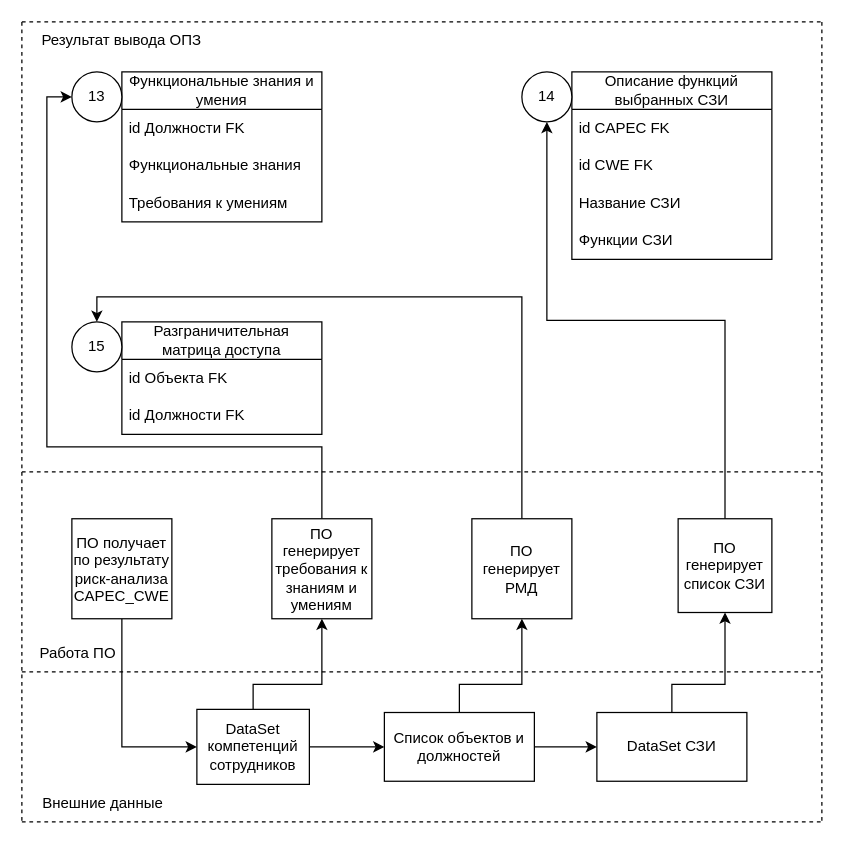
Before: New_Shema_OPZ/(Обновленная схема ОПЗ) Частные инструкции.drawio in SmirnovBogdan8/Diplom, a draw.io diagram. Source tidied: cells renumbered, new cells numbered last; positions are measured from the earlier drawing's top-left corner, leaving out a move shared by most shapes. Both pictures are drawn from the tidied source at 125%, with x=0, y=0 at pixel (21, 21).
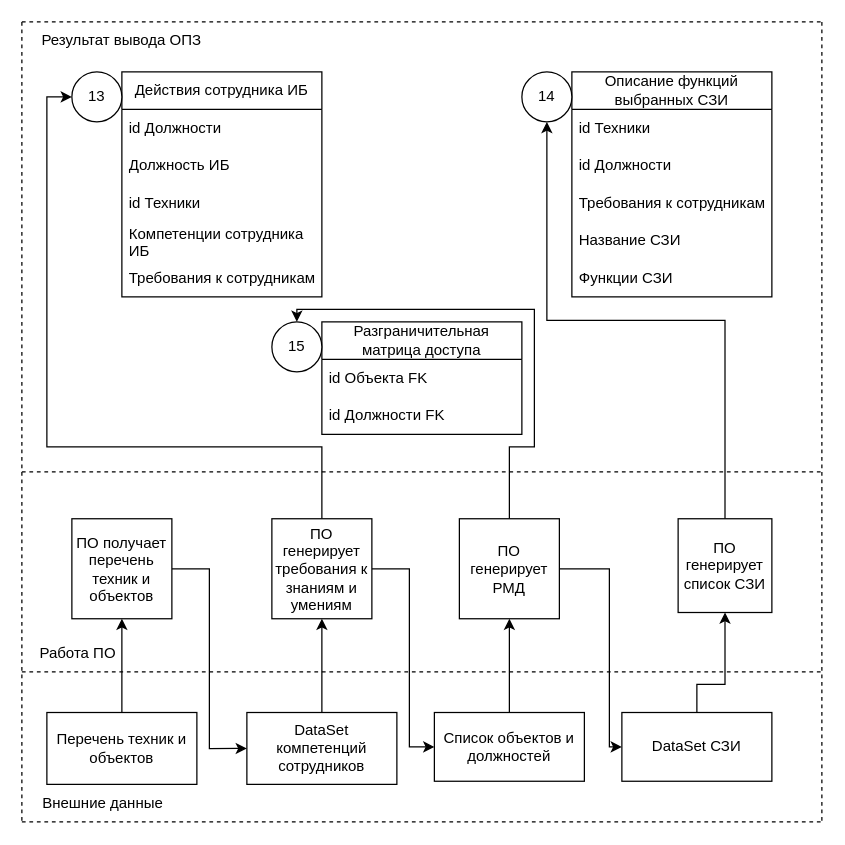
Above is the later version.

The change refers to these unchanged cells:
```xml
<mxCell id="19" value="ПО генерирует список СЗИ" style="whiteSpace=wrap;html=1;" parent="1" vertex="1">
  <mxGeometry x="525" y="397.5" width="75" height="75" as="geometry" />
</mxCell>
<mxCell id="28" value="ПО генерирует требования к знаниям и умениям" style="whiteSpace=wrap;html=1;" parent="1" vertex="1">
  <mxGeometry x="200" y="397.5" width="80" height="80" as="geometry" />
</mxCell>
```

Change to the diagram source:
```diff
@@
-    <mxCell id="6" value="Функциональные знания и умения" style="swimlane;fontStyle=0;horizontal=1;startSize=30;whiteSpace=wrap;html=1;" parent="1" vertex="1">
-      <mxGeometry x="80" y="40" width="160" height="120" as="geometry" />
+    <mxCell id="6" value="Действия сотрудника ИБ" style="swimlane;fontStyle=0;horizontal=1;startSize=30;whiteSpace=wrap;html=1;" parent="1" vertex="1">
+      <mxGeometry x="80" y="40" width="160" height="180" as="geometry" />
     </mxCell>
-    <mxCell id="7" value="id Должности FK" style="text;strokeColor=none;fillColor=none;align=left;verticalAlign=middle;spacingLeft=4;spacingRight=4;overflow=hidden;whiteSpace=wrap;html=1;" parent="6" vertex="1">
+    <mxCell id="7" value="id Должности" style="text;strokeColor=none;fillColor=none;align=left;verticalAlign=middle;spacingLeft=4;spacingRight=4;overflow=hidden;whiteSpace=wrap;html=1;" parent="6" vertex="1">
       <mxGeometry y="30" width="160" height="30" as="geometry" />
     </mxCell>
-    <mxCell id="8" value="Функциональные знания" style="text;strokeColor=none;fillColor=none;align=left;verticalAlign=middle;spacingLeft=4;spacingRight=4;overflow=hidden;whiteSpace=wrap;html=1;" parent="6" vertex="1">
+    <mxCell id="8" value="Должность ИБ" style="text;strokeColor=none;fillColor=none;align=left;verticalAlign=middle;spacingLeft=4;spacingRight=4;overflow=hidden;whiteSpace=wrap;html=1;" parent="6" vertex="1">
       <mxGeometry y="60" width="160" height="30" as="geometry" />
     </mxCell>
+    <mxCell id="42" value="id Техники" style="text;strokeColor=none;fillColor=none;align=left;verticalAlign=middle;spacingLeft=4;spacingRight=4;overflow=hidden;whiteSpace=wrap;html=1;" parent="6" vertex="1">
+      <mxGeometry y="90" width="160" height="30" as="geometry" />
+    </mxCell>
-    <mxCell id="9" value="Требования к умениям" style="text;strokeColor=none;fillColor=none;align=left;verticalAlign=middle;spacingLeft=4;spacingRight=4;overflow=hidden;whiteSpace=wrap;html=1;" parent="6" vertex="1">
-      <mxGeometry y="90" width="160" height="30" as="geometry" />
+    <mxCell id="9" value="Компетенции сотрудника ИБ" style="text;strokeColor=none;fillColor=none;align=left;verticalAlign=middle;spacingLeft=4;spacingRight=4;overflow=hidden;whiteSpace=wrap;html=1;" parent="6" vertex="1">
+      <mxGeometry y="120" width="160" height="30" as="geometry" />
     </mxCell>
+    <mxCell id="43" value="Требования к сотрудникам" style="text;strokeColor=none;fillColor=none;align=left;verticalAlign=middle;spacingLeft=4;spacingRight=4;overflow=hidden;whiteSpace=wrap;html=1;" parent="6" vertex="1">
+      <mxGeometry y="150" width="160" height="30" as="geometry" />
+    </mxCell>
     <mxCell id="10" value="Описание функций выбранных СЗИ" style="swimlane;fontStyle=0;horizontal=1;startSize=30;whiteSpace=wrap;html=1;" parent="1" vertex="1">
-      <mxGeometry x="440" y="40" width="160" height="150" as="geometry" />
+      <mxGeometry x="440" y="40" width="160" height="180" as="geometry" />
     </mxCell>
-    <mxCell id="11" value="id CAPEC FK" style="text;strokeColor=none;fillColor=none;align=left;verticalAlign=middle;spacingLeft=4;spacingRight=4;overflow=hidden;whiteSpace=wrap;html=1;" parent="10" vertex="1">
+    <mxCell id="11" value="id Техники" style="text;strokeColor=none;fillColor=none;align=left;verticalAlign=middle;spacingLeft=4;spacingRight=4;overflow=hidden;whiteSpace=wrap;html=1;" parent="10" vertex="1">
       <mxGeometry y="30" width="160" height="30" as="geometry" />
     </mxCell>
-    <mxCell id="12" value="id CWE FK" style="text;strokeColor=none;fillColor=none;align=left;verticalAlign=middle;spacingLeft=4;spacingRight=4;overflow=hidden;whiteSpace=wrap;html=1;" parent="10" vertex="1">
+    <mxCell id="12" value="id Должности" style="text;strokeColor=none;fillColor=none;align=left;verticalAlign=middle;spacingLeft=4;spacingRight=4;overflow=hidden;whiteSpace=wrap;html=1;" parent="10" vertex="1">
       <mxGeometry y="60" width="160" height="30" as="geometry" />
     </mxCell>
-    <mxCell id="13" value="Название СЗИ" style="text;strokeColor=none;fillColor=none;align=left;verticalAlign=middle;spacingLeft=4;spacingRight=4;overflow=hidden;whiteSpace=wrap;html=1;" parent="10" vertex="1">
+    <mxCell id="13" value="Требования к сотрудникам" style="text;strokeColor=none;fillColor=none;align=left;verticalAlign=middle;spacingLeft=4;spacingRight=4;overflow=hidden;whiteSpace=wrap;html=1;" parent="10" vertex="1">
       <mxGeometry y="90" width="160" height="30" as="geometry" />
     </mxCell>
-    <mxCell id="14" value="Функции СЗИ" style="text;strokeColor=none;fillColor=none;align=left;verticalAlign=middle;spacingLeft=4;spacingRight=4;overflow=hidden;whiteSpace=wrap;html=1;" parent="10" vertex="1">
+    <mxCell id="14" value="Название СЗИ" style="text;strokeColor=none;fillColor=none;align=left;verticalAlign=middle;spacingLeft=4;spacingRight=4;overflow=hidden;whiteSpace=wrap;html=1;" parent="10" vertex="1">
       <mxGeometry y="120" width="160" height="30" as="geometry" />
     </mxCell>
+    <mxCell id="44" value="Функции СЗИ" style="text;strokeColor=none;fillColor=none;align=left;verticalAlign=middle;spacingLeft=4;spacingRight=4;overflow=hidden;whiteSpace=wrap;html=1;" parent="10" vertex="1">
+      <mxGeometry y="150" width="160" height="30" as="geometry" />
+    </mxCell>
     <mxCell id="15" value="Разграничительная матрица доступа" style="swimlane;fontStyle=0;horizontal=1;startSize=30;whiteSpace=wrap;html=1;" parent="1" vertex="1">
-      <mxGeometry x="80" y="240" width="160" height="90" as="geometry" />
+      <mxGeometry x="240" y="240" width="160" height="90" as="geometry" />
     </mxCell>
@@
     <mxCell id="22" value="15" style="ellipse;whiteSpace=wrap;html=1;" parent="1" vertex="1">
-      <mxGeometry x="40" y="240" width="40" height="40" as="geometry" />
+      <mxGeometry x="200" y="240" width="40" height="40" as="geometry" />
     </mxCell>
     <mxCell id="23" style="edgeStyle=orthogonalEdgeStyle;rounded=0;jettySize=auto;html=1;exitX=0.5;exitY=0;exitDx=0;exitDy=0;entryX=0.5;entryY=0;entryDx=0;entryDy=0;" parent="1" edge="1" source="24" target="22">
-      <mxGeometry relative="1" as="geometry" />
+      <mxGeometry relative="1" as="geometry">
+        <Array as="points">
+          <mxPoint x="390" y="340" />
+          <mxPoint x="410" y="340" />
+          <mxPoint x="410" y="230" />
+          <mxPoint x="220" y="230" />
+        </Array>
+      </mxGeometry>
     </mxCell>
+    <mxCell id="45" style="edgeStyle=orthogonalEdgeStyle;rounded=0;jettySize=auto;html=1;entryX=0;entryY=0.5;entryDx=0;entryDy=0;" parent="1" edge="1" source="24" target="26">
+      <mxGeometry relative="1" as="geometry">
+        <Array as="points">
+          <mxPoint x="470" y="438" />
+          <mxPoint x="470" y="580" />
+        </Array>
+      </mxGeometry>
+    </mxCell>
     <mxCell id="24" value="ПО генерирует РМД" style="whiteSpace=wrap;html=1;" parent="1" vertex="1">
-      <mxGeometry x="360" y="397.5" width="80" height="80" as="geometry" />
+      <mxGeometry x="350" y="397.5" width="80" height="80" as="geometry" />
     </mxCell>
     <mxCell id="25" style="edgeStyle=orthogonalEdgeStyle;rounded=0;jettySize=auto;html=1;exitX=0.5;exitY=0;exitDx=0;exitDy=0;entryX=0.5;entryY=1;entryDx=0;entryDy=0;" parent="1" edge="1" source="26" target="19">
       <mxGeometry relative="1" as="geometry">
         <Array as="points">
-          <mxPoint x="520" y="530" />
+          <mxPoint x="540" y="530" />
           <mxPoint x="563" y="530" />
         </Array>
       </mxGeometry>
     </mxCell>
     <mxCell id="26" value="DataSet СЗИ" style="rounded=0;whiteSpace=wrap;html=1;" parent="1" vertex="1">
-      <mxGeometry x="460" y="552.5" width="120" height="55" as="geometry" />
+      <mxGeometry x="480" y="552.5" width="120" height="55" as="geometry" />
     </mxCell>
@@
+    <mxCell id="46" style="edgeStyle=orthogonalEdgeStyle;rounded=0;jettySize=auto;html=1;entryX=0;entryY=0.5;entryDx=0;entryDy=0;" parent="1" edge="1" source="28" target="41">
+      <mxGeometry relative="1" as="geometry">
+        <Array as="points">
+          <mxPoint x="310" y="438" />
+          <mxPoint x="310" y="580" />
+        </Array>
+      </mxGeometry>
+    </mxCell>
@@
-    <mxCell id="34" style="edgeStyle=orthogonalEdgeStyle;rounded=0;jettySize=auto;html=1;exitX=0.5;exitY=0;exitDx=0;exitDy=0;entryX=0.5;entryY=1;entryDx=0;entryDy=0;" parent="1" edge="1" source="36" target="28">
-      <mxGeometry relative="1" as="geometry">
-        <Array as="points">
-          <mxPoint x="185" y="530" />
-          <mxPoint x="240" y="530" />
-        </Array>
-      </mxGeometry>
+    <mxCell id="34" style="edgeStyle=orthogonalEdgeStyle;rounded=0;jettySize=auto;html=1;" parent="1" edge="1" source="36" target="28">
+      <mxGeometry relative="1" as="geometry" />
     </mxCell>
-    <mxCell id="35" style="edgeStyle=orthogonalEdgeStyle;rounded=0;jettySize=auto;html=1;entryX=0;entryY=0.5;entryDx=0;entryDy=0;" parent="1" edge="1" source="36" target="41">
-      <mxGeometry relative="1" as="geometry" />
-    </mxCell>
     <mxCell id="36" value="DataSet компетенций сотрудников" style="rounded=0;whiteSpace=wrap;html=1;" parent="1" vertex="1">
-      <mxGeometry x="140" y="550" width="90" height="60" as="geometry" />
+      <mxGeometry x="180" y="552.5" width="120" height="57.5" as="geometry" />
     </mxCell>
-    <mxCell id="37" style="edgeStyle=orthogonalEdgeStyle;rounded=0;jettySize=auto;html=1;exitX=0.5;exitY=1;exitDx=0;exitDy=0;entryX=0;entryY=0.5;entryDx=0;entryDy=0;" parent="1" edge="1" source="38" target="36">
+    <mxCell id="37" style="edgeStyle=orthogonalEdgeStyle;rounded=0;jettySize=auto;html=1;entryX=0;entryY=0.5;entryDx=0;entryDy=0;" parent="1" edge="1" source="38" target="36">
       <mxGeometry relative="1" as="geometry" />
     </mxCell>
-    <mxCell id="38" value="ПО получает по результату риск-анализа CAPEC_CWE" style="whiteSpace=wrap;html=1;" parent="1" vertex="1">
+    <mxCell id="38" value="ПО получает перечень техник и объектов" style="whiteSpace=wrap;html=1;" parent="1" vertex="1">
       <mxGeometry x="40" y="397.5" width="80" height="80" as="geometry" />
     </mxCell>
-    <mxCell id="39" style="edgeStyle=orthogonalEdgeStyle;rounded=0;jettySize=auto;html=1;" parent="1" edge="1" source="41" target="26">
-      <mxGeometry relative="1" as="geometry" />
-    </mxCell>
-    <mxCell id="40" style="edgeStyle=orthogonalEdgeStyle;rounded=0;jettySize=auto;html=1;exitX=0.5;exitY=0;exitDx=0;exitDy=0;entryX=0.5;entryY=1;entryDx=0;entryDy=0;" parent="1" edge="1" source="41" target="24">
-      <mxGeometry relative="1" as="geometry">
-        <Array as="points">
-          <mxPoint x="350" y="530" />
-          <mxPoint x="400" y="530" />
-        </Array>
-      </mxGeometry>
+    <mxCell id="40" style="edgeStyle=orthogonalEdgeStyle;rounded=0;jettySize=auto;html=1;" parent="1" edge="1" source="41" target="24">
+      <mxGeometry relative="1" as="geometry" />
     </mxCell>
     <mxCell id="41" value="Список объектов и должностей" style="rounded=0;whiteSpace=wrap;html=1;" parent="1" vertex="1">
-      <mxGeometry x="290" y="552.5" width="120" height="55" as="geometry" />
+      <mxGeometry x="330" y="552.5" width="120" height="55" as="geometry" />
     </mxCell>
+    <mxCell id="47" style="edgeStyle=orthogonalEdgeStyle;rounded=0;jettySize=auto;html=1;" parent="1" edge="1" source="48" target="38">
+      <mxGeometry relative="1" as="geometry" />
+    </mxCell>
+    <mxCell id="48" value="Перечень техник и объектов" style="rounded=0;whiteSpace=wrap;html=1;" parent="1" vertex="1">
+      <mxGeometry x="20" y="552.5" width="120" height="57.5" as="geometry" />
+    </mxCell>
```
